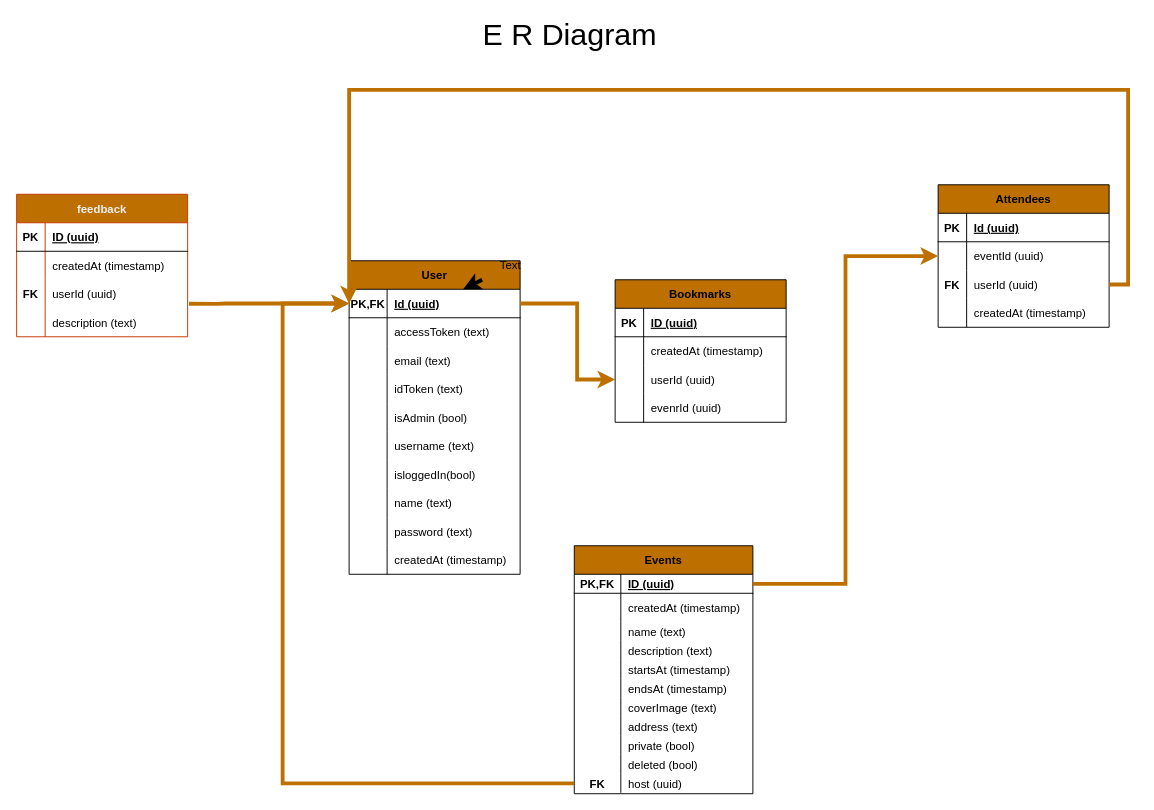
The draw.io diagram ERDiagram.drawio in maheshj01/rsvp-corsairs, before the edit. Source tidied: cells renumbered, new cells numbered last; positions are measured from the earlier drawing's top-left corner, leaving out a move shared by most shapes. Both pictures are drawn from the tidied source at 95%, with x=0, y=0 at pixel (16, 20).
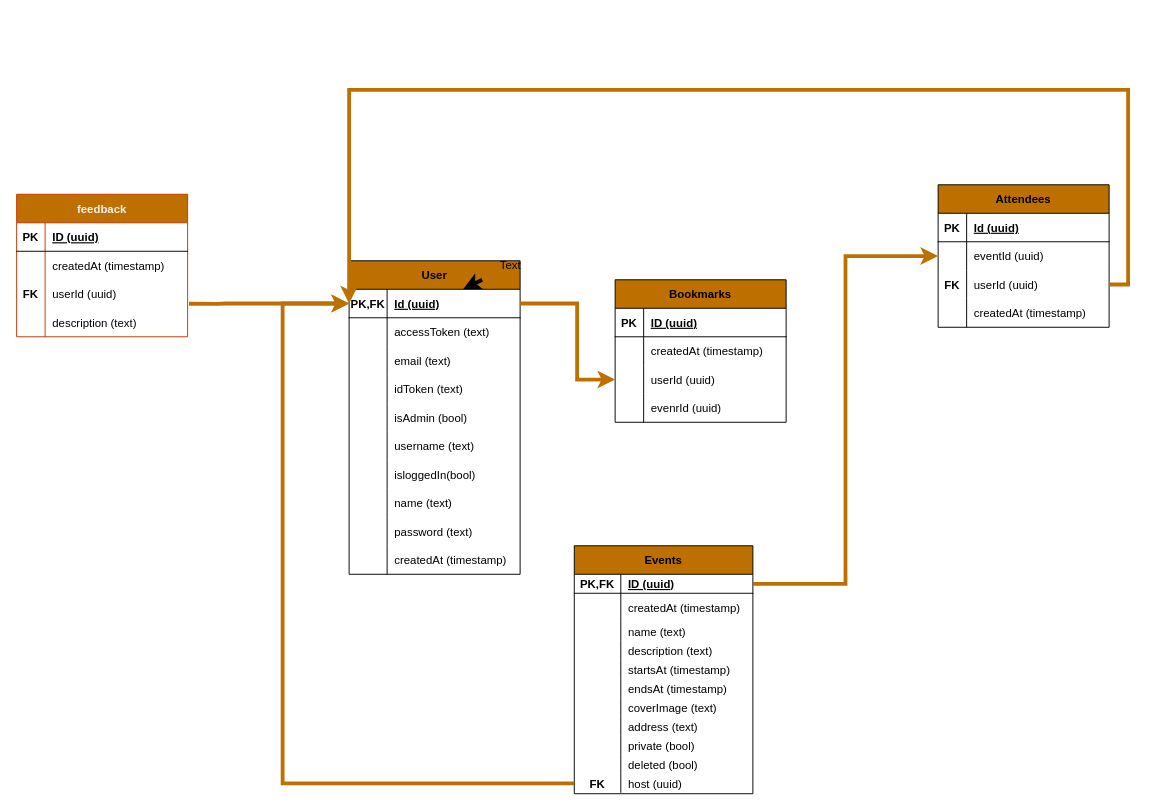
Above is the later version.

What changed in the source:
```diff
@@
-    <mxCell id="113" value="&lt;font style=&quot;font-size: 32px&quot;&gt;E R Diagram&lt;/font&gt;" style="text;html=1;align=center;verticalAlign=middle;strokeColor=none;fillColor=none;" parent="1" vertex="1">
-      <mxGeometry x="482" width="200" height="30" as="geometry" />
-    </mxCell>
```
